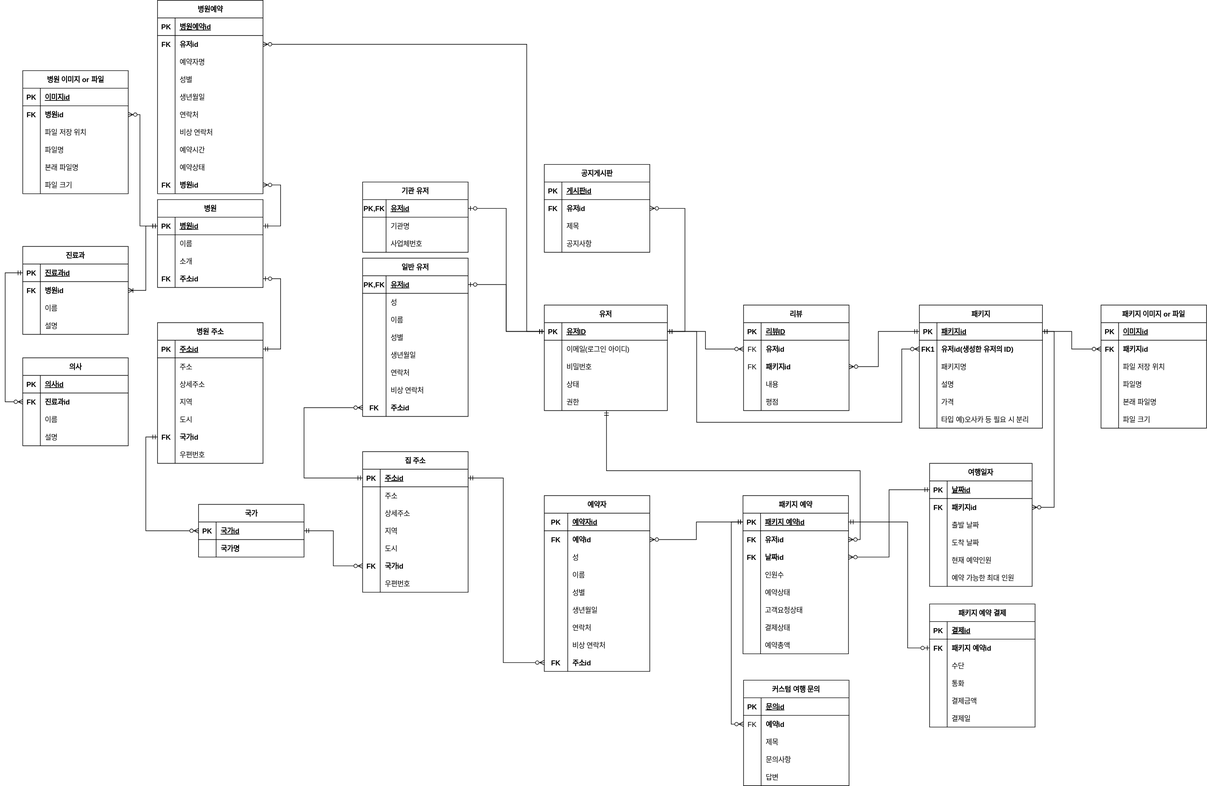
9hero/health-care-traveler keeps this draw.io diagram as project-erd-2022-08-03.svg. Above is the earlier version. Source tidied: cells renumbered, new cells last; positions are measured from the earlier drawing's top-left corner, leaving out a move shared by most shapes.
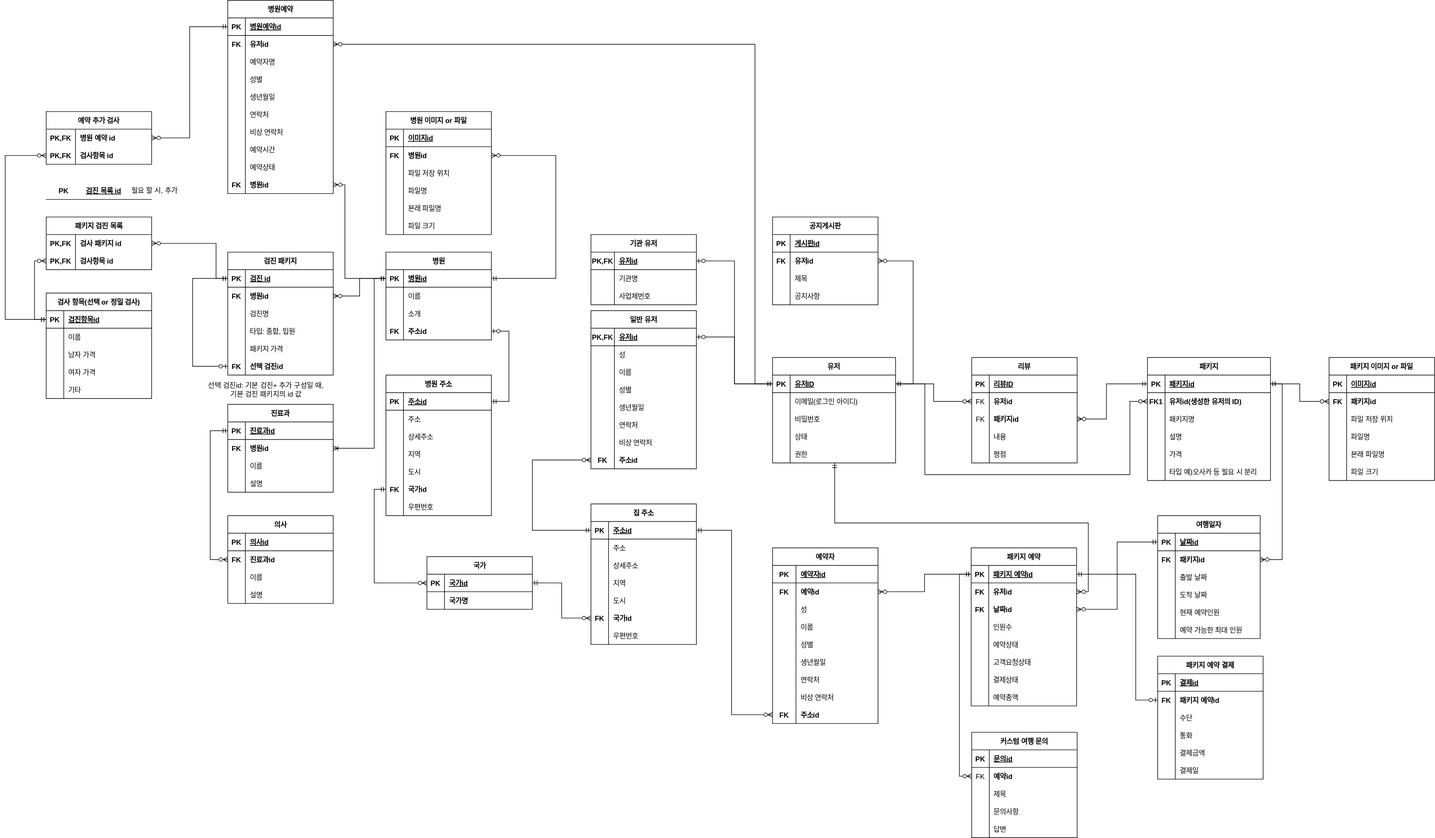
The same diagram one commit later.

What changed in the source:
```diff
@@ -647,3 +647,3 @@
     <mxCell id="213" value="병원예약" style="shape=table;startSize=30;rowLines=0;fontStyle=1;align=center;" parent="1" vertex="1">
-      <mxGeometry x="260" width="180" height="330" as="geometry" />
+      <mxGeometry x="-10" y="-90" width="180" height="330" as="geometry" />
     </mxCell>
@@ -788,3 +788,3 @@
     <mxCell id="260" value="진료과" style="shape=table;startSize=30;rowLines=0;fontStyle=1;align=center;" parent="1" vertex="1">
-      <mxGeometry x="30" y="420" width="180" height="150" as="geometry" />
+      <mxGeometry x="-10" y="600" width="180" height="150" as="geometry" />
     </mxCell>
@@ -829,3 +829,4 @@
         <Array as="points">
-          <mxPoint x="240" y="420" />
+          <mxPoint x="240" y="510" />
+          <mxPoint x="220" y="510" />
         </Array>
@@ -922,3 +923,3 @@
           <mxPoint x="890" y="565" />
-          <mxPoint x="890" y="75" />
+          <mxPoint x="890" y="-15" />
         </Array>
@@ -927,3 +928,3 @@
     <mxCell id="303" value="병원 이미지 or 파일" style="shape=table;startSize=30;rowLines=0;fontStyle=1;align=center;" parent="1" vertex="1">
-      <mxGeometry x="30" y="120" width="180" height="210" as="geometry" />
+      <mxGeometry x="260" y="100" width="180" height="210" as="geometry" />
     </mxCell>
@@ -983,7 +984,7 @@
     </mxCell>
-    <mxCell id="322" style="edgeStyle=orthogonalEdgeStyle;rounded=0;jettySize=auto;html=1;entryX=1;entryY=0.5;entryDx=0;entryDy=0;exitX=0;exitY=0.5;exitDx=0;exitDy=0;startArrow=ERmandOne;startFill=0;endArrow=ERzeroToMany;endFill=0;" parent="1" edge="1" source="122" target="307">
+    <mxCell id="322" style="edgeStyle=orthogonalEdgeStyle;rounded=0;jettySize=auto;html=1;entryX=1;entryY=0.5;entryDx=0;entryDy=0;exitX=1;exitY=0.5;exitDx=0;exitDy=0;startArrow=ERmandOne;startFill=0;endArrow=ERzeroToMany;endFill=0;" parent="1" edge="1" source="122" target="307">
       <mxGeometry relative="1" as="geometry">
         <Array as="points">
-          <mxPoint x="230" y="385" />
-          <mxPoint x="230" y="195" />
+          <mxPoint x="550" y="385" />
+          <mxPoint x="550" y="175" />
         </Array>
@@ -1100,3 +1101,3 @@
     <mxCell id="350" value="의사" style="shape=table;startSize=30;rowLines=0;fontStyle=1;align=center;" parent="1" vertex="1">
-      <mxGeometry x="30" y="610" width="180" height="150" as="geometry" />
+      <mxGeometry x="-10" y="790" width="180" height="150" as="geometry" />
     </mxCell>
@@ -1141,4 +1142,4 @@
         <Array as="points">
-          <mxPoint y="685" />
-          <mxPoint y="465" />
+          <mxPoint x="-40" y="865" />
+          <mxPoint x="-40" y="645" />
         </Array>
@@ -1218,7 +1219,7 @@
     </mxCell>
-    <mxCell id="388" style="edgeStyle=orthogonalEdgeStyle;rounded=0;jettySize=auto;html=1;exitX=1;exitY=0.5;exitDx=0;exitDy=0;startArrow=ERzeroToMany;startFill=0;endArrow=ERmandOne;endFill=0;" parent="1" edge="1" source="241" target="122">
+    <mxCell id="388" style="edgeStyle=orthogonalEdgeStyle;rounded=0;jettySize=auto;html=1;exitX=1;exitY=0.5;exitDx=0;exitDy=0;startArrow=ERzeroToMany;startFill=0;endArrow=ERmandOne;endFill=0;entryX=0;entryY=0.5;entryDx=0;entryDy=0;" parent="1" edge="1" source="241" target="122">
       <mxGeometry relative="1" as="geometry">
         <Array as="points">
-          <mxPoint x="470" y="315" />
-          <mxPoint x="470" y="385" />
+          <mxPoint x="190" y="225" />
+          <mxPoint x="190" y="385" />
         </Array>
@@ -1234,2 +1235,201 @@
     </mxCell>
+    <mxCell id="390" value="검진 패키지" style="shape=table;startSize=30;rowLines=0;fontStyle=1;align=center;" parent="1" vertex="1">
+      <mxGeometry x="-10" y="340" width="180" height="210" as="geometry" />
+    </mxCell>
+    <mxCell id="391" style="shape=tableRow;horizontal=0;startSize=0;swimlaneHead=0;swimlaneBody=0;fillColor=none;points=[[0,0.5],[1,0.5]];portConstraint=eastwest;top=0;left=0;right=0;bottom=1;" parent="390" vertex="1">
+      <mxGeometry y="30" width="180" height="30" as="geometry" />
+    </mxCell>
+    <mxCell id="392" value="PK" style="shape=partialRectangle;fillColor=none;top=0;left=0;bottom=0;right=0;fontStyle=1;overflow=hidden;" parent="391" vertex="1">
+      <mxGeometry width="30" height="30" as="geometry" />
+    </mxCell>
+    <mxCell id="393" value="검진 id" style="shape=partialRectangle;fillColor=none;top=0;left=0;bottom=0;right=0;align=left;spacingLeft=6;fontStyle=5;overflow=hidden;" parent="391" vertex="1">
+      <mxGeometry x="30" width="150" height="30" as="geometry" />
+    </mxCell>
+    <mxCell id="394" style="shape=tableRow;horizontal=0;startSize=0;swimlaneHead=0;swimlaneBody=0;fillColor=none;points=[[0,0.5],[1,0.5]];portConstraint=eastwest;top=0;left=0;right=0;bottom=0;" parent="390" vertex="1">
+      <mxGeometry y="60" width="180" height="30" as="geometry" />
+    </mxCell>
+    <mxCell id="395" value="FK" style="shape=partialRectangle;fillColor=none;top=0;left=0;bottom=0;right=0;overflow=hidden;fontStyle=1;" parent="394" vertex="1">
+      <mxGeometry width="30" height="30" as="geometry" />
+    </mxCell>
+    <mxCell id="396" value="병원id" style="shape=partialRectangle;fillColor=none;top=0;left=0;bottom=0;right=0;align=left;spacingLeft=6;overflow=hidden;fontStyle=1;" parent="394" vertex="1">
+      <mxGeometry x="30" width="150" height="30" as="geometry" />
+    </mxCell>
+    <mxCell id="397" style="shape=tableRow;horizontal=0;startSize=0;swimlaneHead=0;swimlaneBody=0;fillColor=none;top=0;left=0;right=0;bottom=0;" parent="390" vertex="1">
+      <mxGeometry y="90" width="180" height="30" as="geometry" />
+    </mxCell>
+    <mxCell id="398" style="shape=partialRectangle;fillColor=none;top=0;left=0;bottom=0;right=0;overflow=hidden;" parent="397" vertex="1">
+      <mxGeometry width="30" height="30" as="geometry" />
+    </mxCell>
+    <mxCell id="399" value="검진명" style="shape=partialRectangle;fillColor=none;top=0;left=0;bottom=0;right=0;align=left;spacingLeft=6;overflow=hidden;" parent="397" vertex="1">
+      <mxGeometry x="30" width="150" height="30" as="geometry" />
+    </mxCell>
+    <mxCell id="400" style="shape=tableRow;horizontal=0;startSize=0;swimlaneHead=0;swimlaneBody=0;fillColor=none;top=0;left=0;right=0;bottom=0;" parent="390" vertex="1">
+      <mxGeometry y="120" width="180" height="30" as="geometry" />
+    </mxCell>
+    <mxCell id="401" style="shape=partialRectangle;fillColor=none;top=0;left=0;bottom=0;right=0;overflow=hidden;" parent="400" vertex="1">
+      <mxGeometry width="30" height="30" as="geometry" />
+    </mxCell>
+    <mxCell id="402" value="타입: 종합, 입원" style="shape=partialRectangle;fillColor=none;top=0;left=0;bottom=0;right=0;align=left;spacingLeft=6;overflow=hidden;" parent="400" vertex="1">
+      <mxGeometry x="30" width="150" height="30" as="geometry" />
+    </mxCell>
+    <mxCell id="403" style="shape=tableRow;horizontal=0;startSize=0;swimlaneHead=0;swimlaneBody=0;fillColor=none;top=0;left=0;right=0;bottom=0;" parent="390" vertex="1">
+      <mxGeometry y="150" width="180" height="30" as="geometry" />
+    </mxCell>
+    <mxCell id="404" style="shape=partialRectangle;fillColor=none;top=0;left=0;bottom=0;right=0;overflow=hidden;" parent="403" vertex="1">
+      <mxGeometry width="30" height="30" as="geometry" />
+    </mxCell>
+    <mxCell id="405" value="패키지 가격" style="shape=partialRectangle;fillColor=none;top=0;left=0;bottom=0;right=0;align=left;spacingLeft=6;overflow=hidden;" parent="403" vertex="1">
+      <mxGeometry x="30" width="150" height="30" as="geometry" />
+    </mxCell>
+    <mxCell id="406" style="edgeStyle=elbowEdgeStyle;rounded=0;jettySize=auto;html=1;exitX=0;exitY=0.5;exitDx=0;exitDy=0;entryX=0;entryY=0.5;entryDx=0;entryDy=0;startArrow=ERzeroToOne;startFill=0;endArrow=ERmandOne;endFill=0;elbow=vertical;" parent="390" edge="1" source="407" target="391">
+      <mxGeometry relative="1" as="geometry">
+        <Array as="points">
+          <mxPoint x="-60" y="140" />
+          <mxPoint x="-40" y="130" />
+        </Array>
+      </mxGeometry>
+    </mxCell>
+    <mxCell id="407" style="shape=tableRow;horizontal=0;startSize=0;swimlaneHead=0;swimlaneBody=0;fillColor=none;points=[[0,0.5],[1,0.5]];portConstraint=eastwest;top=0;left=0;right=0;bottom=0;" parent="390" vertex="1">
+      <mxGeometry y="180" width="180" height="30" as="geometry" />
+    </mxCell>
+    <mxCell id="408" value="FK" style="shape=partialRectangle;fillColor=none;top=0;left=0;bottom=0;right=0;overflow=hidden;fontStyle=1;" parent="407" vertex="1">
+      <mxGeometry width="30" height="30" as="geometry" />
+    </mxCell>
+    <mxCell id="409" value="선택 검진id" style="shape=partialRectangle;fillColor=none;top=0;left=0;bottom=0;right=0;align=left;spacingLeft=6;overflow=hidden;fontStyle=1;" parent="407" vertex="1">
+      <mxGeometry x="30" width="150" height="30" as="geometry" />
+    </mxCell>
+    <mxCell id="410" style="edgeStyle=orthogonalEdgeStyle;rounded=0;jettySize=auto;html=1;exitX=0;exitY=0.5;exitDx=0;exitDy=0;entryX=1;entryY=0.5;entryDx=0;entryDy=0;startArrow=ERmandOne;startFill=0;endArrow=ERzeroToMany;endFill=0;" parent="1" edge="1" source="122" target="394">
+      <mxGeometry relative="1" as="geometry">
+        <Array as="points">
+          <mxPoint x="215" y="385" />
+          <mxPoint x="215" y="415" />
+        </Array>
+      </mxGeometry>
+    </mxCell>
+    <mxCell id="411" value="패키지 검진 목록" style="shape=table;startSize=30;rowLines=0;fontStyle=1;align=center;" parent="1" vertex="1">
+      <mxGeometry x="-320" y="280" width="180" height="90" as="geometry" />
+    </mxCell>
+    <mxCell id="412" style="shape=tableRow;horizontal=0;startSize=0;swimlaneHead=0;swimlaneBody=0;fillColor=none;points=[[0,0.5],[1,0.5]];portConstraint=eastwest;top=0;left=0;right=0;bottom=0;" parent="411" vertex="1">
+      <mxGeometry y="30" width="180" height="30" as="geometry" />
+    </mxCell>
+    <mxCell id="413" value="PK,FK" style="shape=partialRectangle;fillColor=none;top=0;left=0;bottom=0;right=0;overflow=hidden;fontStyle=1;" parent="412" vertex="1">
+      <mxGeometry width="50" height="30" as="geometry" />
+    </mxCell>
+    <mxCell id="414" value="검사 패키지 id" style="shape=partialRectangle;fillColor=none;top=0;left=0;bottom=0;right=0;align=left;spacingLeft=6;overflow=hidden;fontStyle=1;" parent="412" vertex="1">
+      <mxGeometry x="50" width="130" height="30" as="geometry" />
+    </mxCell>
+    <mxCell id="415" style="shape=tableRow;horizontal=0;startSize=0;swimlaneHead=0;swimlaneBody=0;fillColor=none;points=[[0,0.5],[1,0.5]];portConstraint=eastwest;top=0;left=0;right=0;bottom=0;" parent="411" vertex="1">
+      <mxGeometry y="60" width="180" height="30" as="geometry" />
+    </mxCell>
+    <mxCell id="416" value="PK,FK" style="shape=partialRectangle;fillColor=none;top=0;left=0;bottom=0;right=0;overflow=hidden;fontStyle=1;" parent="415" vertex="1">
+      <mxGeometry width="50" height="30" as="geometry" />
+    </mxCell>
+    <mxCell id="417" value="검사항목 id" style="shape=partialRectangle;fillColor=none;top=0;left=0;bottom=0;right=0;align=left;spacingLeft=6;overflow=hidden;fontStyle=1;" parent="415" vertex="1">
+      <mxGeometry x="50" width="130" height="30" as="geometry" />
+    </mxCell>
+    <mxCell id="418" value="검사 항목(선택 or 정밀 검사)" style="shape=table;startSize=30;rowLines=0;fontStyle=1;align=center;" parent="1" vertex="1">
+      <mxGeometry x="-320" y="410" width="180" height="180" as="geometry" />
+    </mxCell>
+    <mxCell id="419" style="shape=tableRow;horizontal=0;startSize=0;swimlaneHead=0;swimlaneBody=0;fillColor=none;points=[[0,0.5],[1,0.5]];portConstraint=eastwest;top=0;left=0;right=0;bottom=1;" parent="418" vertex="1">
+      <mxGeometry y="30" width="180" height="30" as="geometry" />
+    </mxCell>
+    <mxCell id="420" value="PK" style="shape=partialRectangle;fillColor=none;top=0;left=0;bottom=0;right=0;fontStyle=1;overflow=hidden;" parent="419" vertex="1">
+      <mxGeometry width="30" height="30" as="geometry" />
+    </mxCell>
+    <mxCell id="421" value="검진항목id" style="shape=partialRectangle;fillColor=none;top=0;left=0;bottom=0;right=0;align=left;spacingLeft=6;fontStyle=5;overflow=hidden;" parent="419" vertex="1">
+      <mxGeometry x="30" width="150" height="30" as="geometry" />
+    </mxCell>
+    <mxCell id="422" style="shape=tableRow;horizontal=0;startSize=0;swimlaneHead=0;swimlaneBody=0;fillColor=none;top=0;left=0;right=0;bottom=0;" parent="418" vertex="1">
+      <mxGeometry y="60" width="180" height="30" as="geometry" />
+    </mxCell>
+    <mxCell id="423" style="shape=partialRectangle;fillColor=none;top=0;left=0;bottom=0;right=0;overflow=hidden;" parent="422" vertex="1">
+      <mxGeometry width="30" height="30" as="geometry" />
+    </mxCell>
+    <mxCell id="424" value="이름" style="shape=partialRectangle;fillColor=none;top=0;left=0;bottom=0;right=0;align=left;spacingLeft=6;overflow=hidden;" parent="422" vertex="1">
+      <mxGeometry x="30" width="150" height="30" as="geometry" />
+    </mxCell>
+    <mxCell id="425" style="shape=tableRow;horizontal=0;startSize=0;swimlaneHead=0;swimlaneBody=0;fillColor=none;top=0;left=0;right=0;bottom=0;" parent="418" vertex="1">
+      <mxGeometry y="90" width="180" height="30" as="geometry" />
+    </mxCell>
+    <mxCell id="426" style="shape=partialRectangle;fillColor=none;top=0;left=0;bottom=0;right=0;overflow=hidden;" parent="425" vertex="1">
+      <mxGeometry width="30" height="30" as="geometry" />
+    </mxCell>
+    <mxCell id="427" value="남자 가격" style="shape=partialRectangle;fillColor=none;top=0;left=0;bottom=0;right=0;align=left;spacingLeft=6;overflow=hidden;" parent="425" vertex="1">
+      <mxGeometry x="30" width="150" height="30" as="geometry" />
+    </mxCell>
+    <mxCell id="428" style="shape=tableRow;horizontal=0;startSize=0;swimlaneHead=0;swimlaneBody=0;fillColor=none;top=0;left=0;right=0;bottom=0;" parent="418" vertex="1">
+      <mxGeometry y="120" width="180" height="30" as="geometry" />
+    </mxCell>
+    <mxCell id="429" style="shape=partialRectangle;fillColor=none;top=0;left=0;bottom=0;right=0;overflow=hidden;fontStyle=0;" parent="428" vertex="1">
+      <mxGeometry width="30" height="30" as="geometry" />
+    </mxCell>
+    <mxCell id="430" value="여자 가격" style="shape=partialRectangle;fillColor=none;top=0;left=0;bottom=0;right=0;align=left;spacingLeft=6;overflow=hidden;fontStyle=0;" parent="428" vertex="1">
+      <mxGeometry x="30" width="150" height="30" as="geometry" />
+    </mxCell>
+    <mxCell id="431" style="shape=tableRow;horizontal=0;startSize=0;swimlaneHead=0;swimlaneBody=0;fillColor=none;top=0;left=0;right=0;bottom=0;" parent="418" vertex="1">
+      <mxGeometry y="150" width="180" height="30" as="geometry" />
+    </mxCell>
+    <mxCell id="432" style="shape=partialRectangle;fillColor=none;top=0;left=0;bottom=0;right=0;overflow=hidden;" parent="431" vertex="1">
+      <mxGeometry width="30" height="30" as="geometry" />
+    </mxCell>
+    <mxCell id="433" value="기타" style="shape=partialRectangle;fillColor=none;top=0;left=0;bottom=0;right=0;align=left;spacingLeft=6;overflow=hidden;" parent="431" vertex="1">
+      <mxGeometry x="30" width="150" height="30" as="geometry" />
+    </mxCell>
+    <mxCell id="434" style="edgeStyle=orthogonalEdgeStyle;rounded=0;jettySize=auto;html=1;entryX=1;entryY=0.5;entryDx=0;entryDy=0;startArrow=ERmandOne;startFill=0;endArrow=ERzeroToMany;endFill=0;exitX=0;exitY=0.5;exitDx=0;exitDy=0;" parent="1" edge="1" source="391" target="412">
+      <mxGeometry relative="1" as="geometry">
+        <Array as="points">
+          <mxPoint x="-30" y="385" />
+          <mxPoint x="-30" y="325" />
+        </Array>
+      </mxGeometry>
+    </mxCell>
+    <mxCell id="435" style="edgeStyle=orthogonalEdgeStyle;rounded=0;jettySize=auto;html=1;exitX=0;exitY=0.5;exitDx=0;exitDy=0;entryX=0;entryY=0.5;entryDx=0;entryDy=0;startArrow=ERmandOne;startFill=0;endArrow=ERzeroToMany;endFill=0;" parent="1" edge="1" source="419" target="415">
+      <mxGeometry relative="1" as="geometry" />
+    </mxCell>
+    <mxCell id="436" value="예약 추가 검사" style="shape=table;startSize=30;rowLines=0;fontStyle=1;align=center;" parent="1" vertex="1">
+      <mxGeometry x="-320" y="100" width="180" height="90" as="geometry" />
+    </mxCell>
+    <mxCell id="437" style="shape=tableRow;horizontal=0;startSize=0;swimlaneHead=0;swimlaneBody=0;fillColor=none;points=[[0,0.5],[1,0.5]];portConstraint=eastwest;top=0;left=0;right=0;bottom=0;" parent="436" vertex="1">
+      <mxGeometry y="30" width="180" height="30" as="geometry" />
+    </mxCell>
+    <mxCell id="438" value="PK,FK" style="shape=partialRectangle;fillColor=none;top=0;left=0;bottom=0;right=0;overflow=hidden;fontStyle=1;" parent="437" vertex="1">
+      <mxGeometry width="50" height="30" as="geometry" />
+    </mxCell>
+    <mxCell id="439" value="병원 예약 id" style="shape=partialRectangle;fillColor=none;top=0;left=0;bottom=0;right=0;align=left;spacingLeft=6;overflow=hidden;fontStyle=1;" parent="437" vertex="1">
+      <mxGeometry x="50" width="130" height="30" as="geometry" />
+    </mxCell>
+    <mxCell id="440" style="shape=tableRow;horizontal=0;startSize=0;swimlaneHead=0;swimlaneBody=0;fillColor=none;points=[[0,0.5],[1,0.5]];portConstraint=eastwest;top=0;left=0;right=0;bottom=0;" parent="436" vertex="1">
+      <mxGeometry y="60" width="180" height="30" as="geometry" />
+    </mxCell>
+    <mxCell id="441" value="PK,FK" style="shape=partialRectangle;fillColor=none;top=0;left=0;bottom=0;right=0;overflow=hidden;fontStyle=1;" parent="440" vertex="1">
+      <mxGeometry width="50" height="30" as="geometry" />
+    </mxCell>
+    <mxCell id="442" value="검사항목 id" style="shape=partialRectangle;fillColor=none;top=0;left=0;bottom=0;right=0;align=left;spacingLeft=6;overflow=hidden;fontStyle=1;" parent="440" vertex="1">
+      <mxGeometry x="50" width="130" height="30" as="geometry" />
+    </mxCell>
+    <mxCell id="443" style="edgeStyle=elbowEdgeStyle;rounded=0;jettySize=auto;html=1;exitX=0;exitY=0.5;exitDx=0;exitDy=0;entryX=0;entryY=0.5;entryDx=0;entryDy=0;startArrow=ERmandOne;startFill=0;endArrow=ERzeroToMany;endFill=0;" parent="1" edge="1" source="419" target="440">
+      <mxGeometry relative="1" as="geometry">
+        <Array as="points">
+          <mxPoint x="-390" y="300" />
+        </Array>
+      </mxGeometry>
+    </mxCell>
+    <mxCell id="444" style="edgeStyle=elbowEdgeStyle;rounded=0;jettySize=auto;html=1;exitX=0;exitY=0.5;exitDx=0;exitDy=0;entryX=1;entryY=0.5;entryDx=0;entryDy=0;startArrow=ERmandOne;startFill=0;endArrow=ERzeroToMany;endFill=0;" parent="1" edge="1" source="214" target="437">
+      <mxGeometry relative="1" as="geometry" />
+    </mxCell>
+    <mxCell id="445" style="shape=tableRow;horizontal=0;startSize=0;swimlaneHead=0;swimlaneBody=0;fillColor=none;top=0;left=0;right=0;bottom=1;" parent="1" vertex="1">
+      <mxGeometry x="-320" y="220" width="180" height="30" as="geometry" />
+    </mxCell>
+    <mxCell id="446" value="PK" style="shape=partialRectangle;fillColor=none;top=0;left=0;bottom=0;right=0;fontStyle=1;overflow=hidden;" parent="445" vertex="1">
+      <mxGeometry width="60" height="30" as="geometry" />
+    </mxCell>
+    <mxCell id="447" value="검진 목록 id" style="shape=partialRectangle;fillColor=none;top=0;left=0;bottom=0;right=0;align=left;spacingLeft=6;fontStyle=5;overflow=hidden;" parent="445" vertex="1">
+      <mxGeometry x="60" width="120" height="30" as="geometry" />
+    </mxCell>
+    <mxCell id="448" value="필요 할 시, 추가" style="text;html=1;align=center;verticalAlign=middle;strokeColor=none;fillColor=none;" parent="1" vertex="1">
+      <mxGeometry x="-190" y="220" width="110" height="30" as="geometry" />
+    </mxCell>
+    <mxCell id="449" value="선택 검진id: 기본 검진+ 추가 구성일 때,&lt;br&gt;기본 검진 패키지의 id 값" style="text;html=1;align=center;verticalAlign=middle;strokeColor=none;fillColor=none;" parent="1" vertex="1">
+      <mxGeometry x="-60" y="555" width="230" height="40" as="geometry" />
+    </mxCell>
   </root>
```
